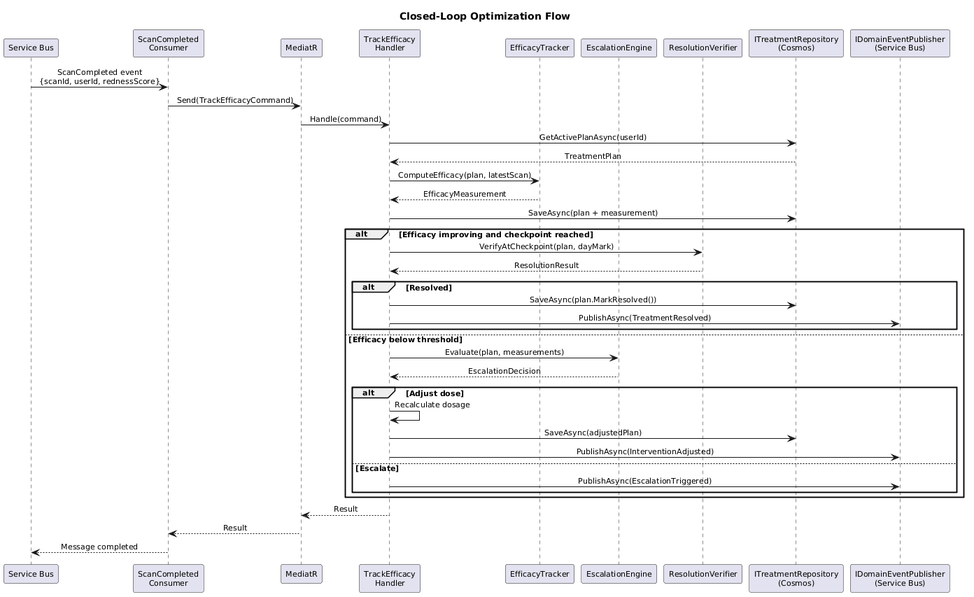
The PlantUML diagram docs/detailed-design/07-treatment-orchestration/seq-closed-loop.png in QuinntyneBrown/ClearEyeQ, before a commit.
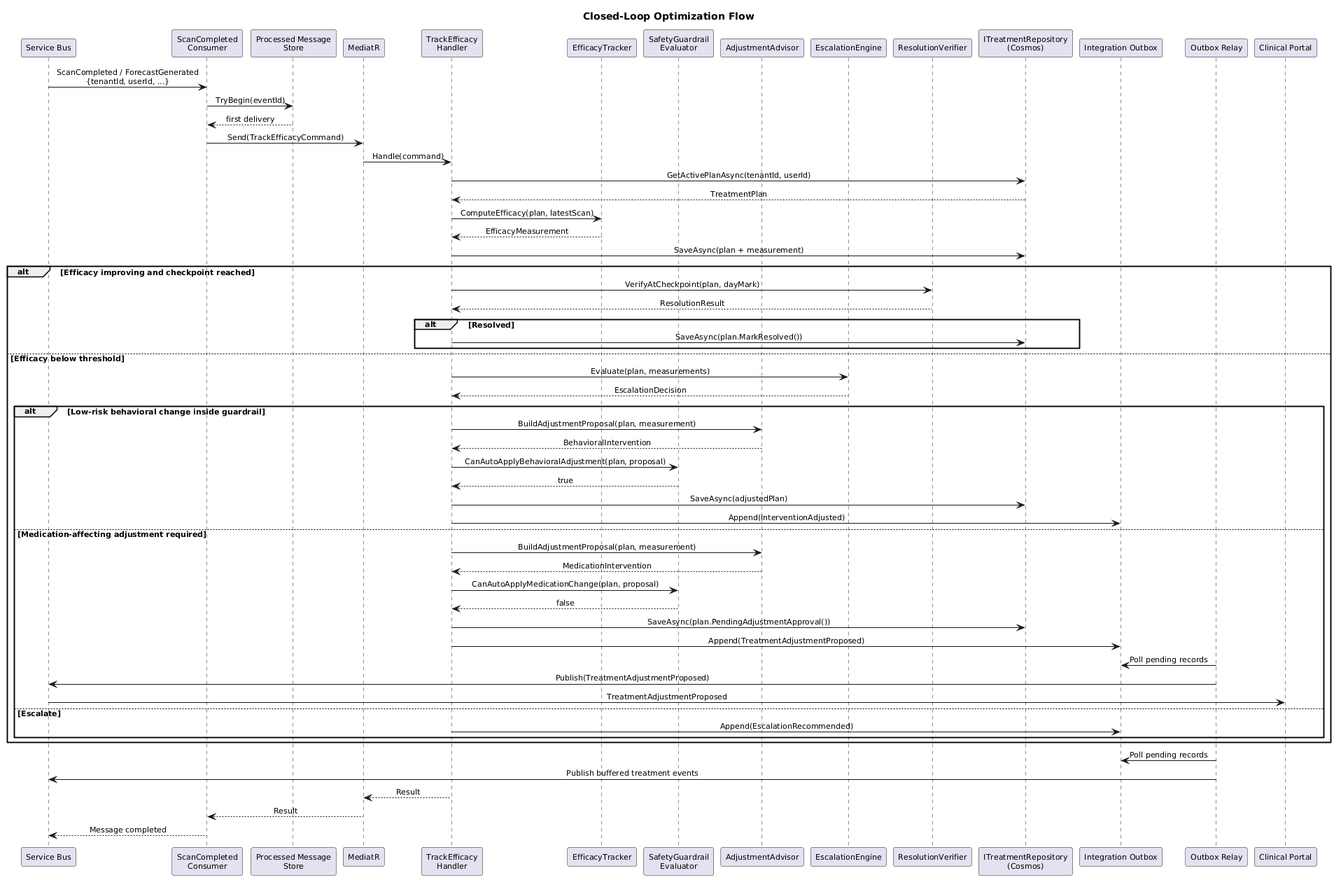
After the change.

What changed in the source:
```diff
@@ -6,19 +6,26 @@
 
 participant "Service Bus" as Bus
 participant "ScanCompleted\nConsumer" as Consumer
+participant "Processed Message\nStore" as Inbox
 participant "MediatR" as MediatR
 participant "TrackEfficacy\nHandler" as EfficacyHandler
 participant "EfficacyTracker" as Tracker
+participant "SafetyGuardrail\nEvaluator" as Safety
+participant "AdjustmentAdvisor" as Advisor
 participant "EscalationEngine" as Escalation
 participant "ResolutionVerifier" as Verifier
 participant "ITreatmentRepository\n(Cosmos)" as Repo
-participant "IDomainEventPublisher\n(Service Bus)" as Publisher
+participant "Integration Outbox" as Outbox
+participant "Outbox Relay" as Relay
+participant "Clinical Portal" as Portal
 
-Bus -> Consumer : ScanCompleted event\n{scanId, userId, rednessScore}
+Bus -> Consumer : ScanCompleted / ForecastGenerated\n{tenantId, userId, ...}
+Consumer -> Inbox : TryBegin(eventId)
+Inbox --> Consumer : first delivery
 Consumer -> MediatR : Send(TrackEfficacyCommand)
 MediatR -> EfficacyHandler : Handle(command)
 
-EfficacyHandler -> Repo : GetActivePlanAsync(userId)
+EfficacyHandler -> Repo : GetActivePlanAsync(tenantId, userId)
 Repo --> EfficacyHandler : TreatmentPlan
 
 EfficacyHandler -> Tracker : ComputeEfficacy(plan, latestScan)
@@ -32,21 +39,36 @@
 
     alt Resolved
         EfficacyHandler -> Repo : SaveAsync(plan.MarkResolved())
-        EfficacyHandler -> Publisher : PublishAsync(TreatmentResolved)
     end
 
 else Efficacy below threshold
     EfficacyHandler -> Escalation : Evaluate(plan, measurements)
     Escalation --> EfficacyHandler : EscalationDecision
 
-    alt Adjust dose
-        EfficacyHandler -> EfficacyHandler : Recalculate dosage
+    alt Low-risk behavioral change inside guardrail
+        EfficacyHandler -> Advisor : BuildAdjustmentProposal(plan, measurement)
+        Advisor --> EfficacyHandler : BehavioralIntervention
+        EfficacyHandler -> Safety : CanAutoApplyBehavioralAdjustment(plan, proposal)
+        Safety --> EfficacyHandler : true
         EfficacyHandler -> Repo : SaveAsync(adjustedPlan)
-        EfficacyHandler -> Publisher : PublishAsync(InterventionAdjusted)
+        EfficacyHandler -> Outbox : Append(InterventionAdjusted)
+    else Medication-affecting adjustment required
+        EfficacyHandler -> Advisor : BuildAdjustmentProposal(plan, measurement)
+        Advisor --> EfficacyHandler : MedicationIntervention
+        EfficacyHandler -> Safety : CanAutoApplyMedicationChange(plan, proposal)
+        Safety --> EfficacyHandler : false
+        EfficacyHandler -> Repo : SaveAsync(plan.PendingAdjustmentApproval())
+        EfficacyHandler -> Outbox : Append(TreatmentAdjustmentProposed)
+        Relay -> Outbox : Poll pending records
+        Relay -> Bus : Publish(TreatmentAdjustmentProposed)
+        Bus -> Portal : TreatmentAdjustmentProposed
     else Escalate
-        EfficacyHandler -> Publisher : PublishAsync(EscalationTriggered)
+        EfficacyHandler -> Outbox : Append(EscalationRecommended)
     end
 end
+
+Relay -> Outbox : Poll pending records
+Relay -> Bus : Publish buffered treatment events
 
 EfficacyHandler --> MediatR : Result
 MediatR --> Consumer : Result
```
